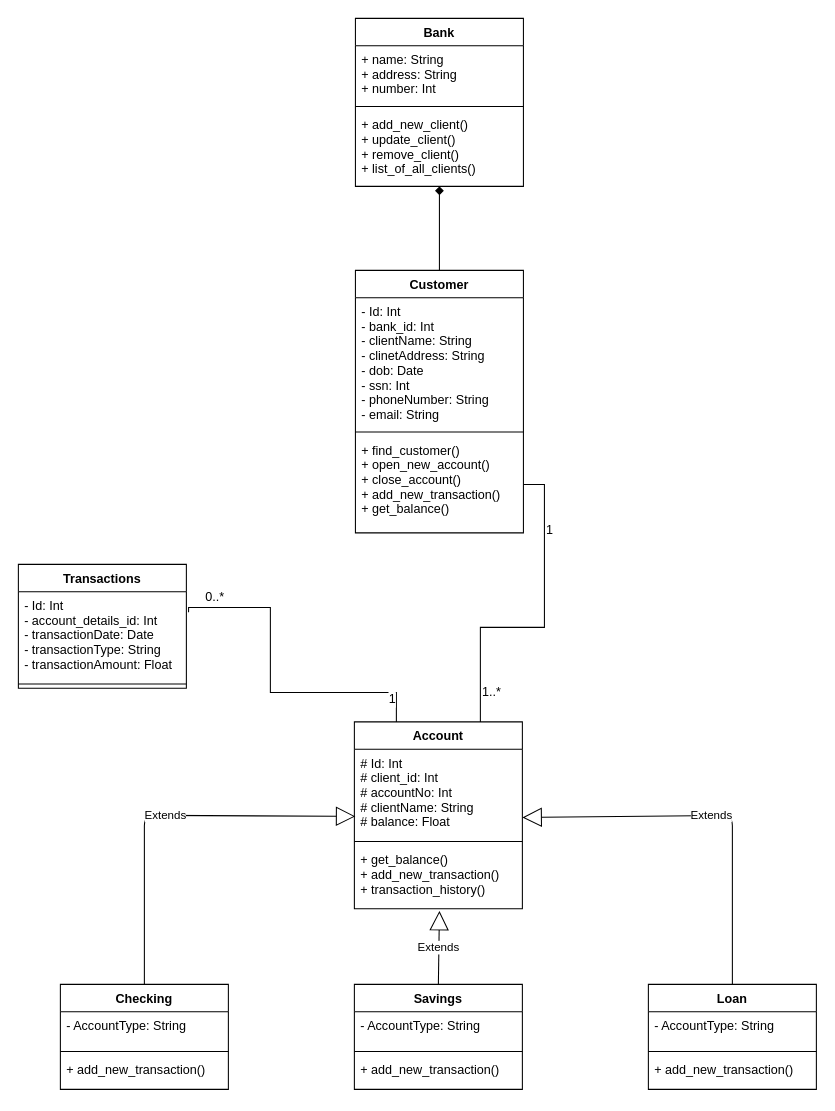
Above: UML/Pet_Project_UML.drawio in Len-X/Pet_Project-Virtual_Bank (draw.io), before the change. Source tidied: cells renumbered, new cells numbered last; positions are measured from the earlier drawing's top-left corner, leaving out a move shared by most shapes. Both pictures are drawn from the tidied source at 105%, with x=0, y=0 at pixel (18, 18).
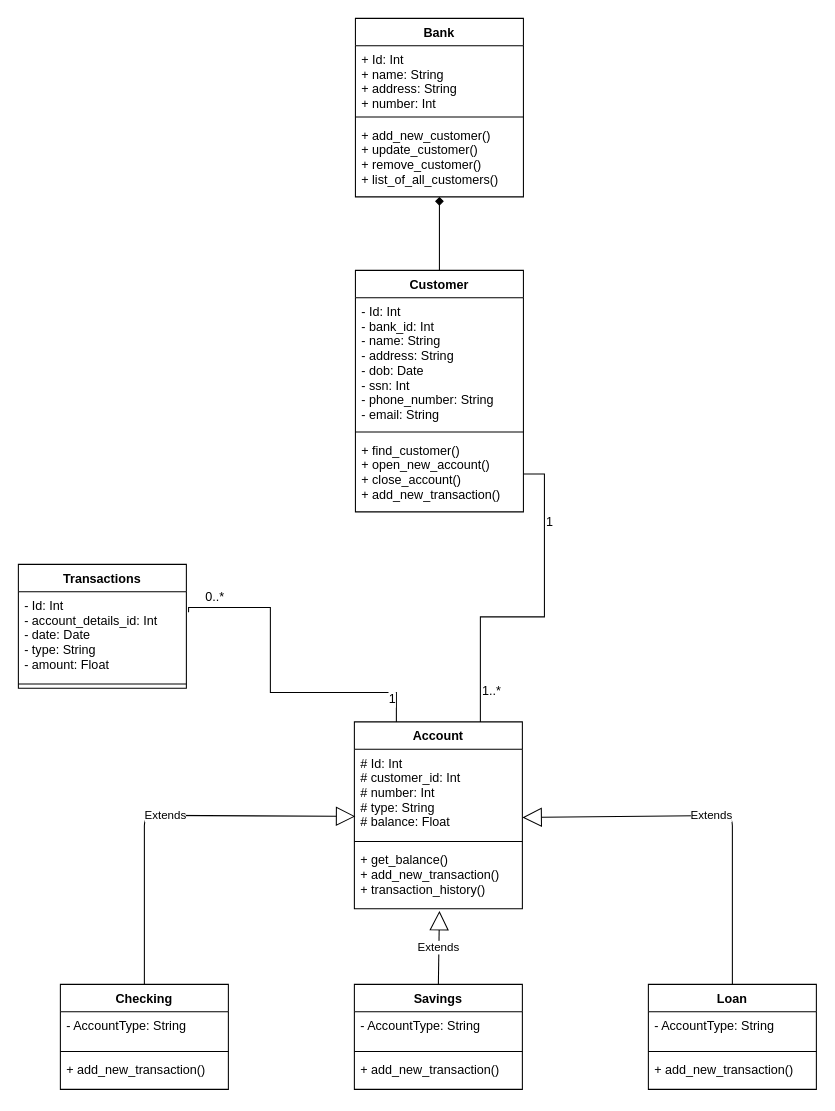
After the change.

The change refers to these unchanged cells:
```xml
<mxCell id="11" value="Account" style="swimlane;fontStyle=1;align=center;verticalAlign=top;horizontal=1;startSize=26;" parent="1" vertex="1">
  <mxGeometry x="320" y="670" width="160" height="178" as="geometry" />
</mxCell>
<mxCell id="19" value="Transactions" style="swimlane;fontStyle=1;align=center;verticalAlign=top;horizontal=1;startSize=26;" parent="1" vertex="1">
  <mxGeometry y="520" width="160" height="118" as="geometry" />
</mxCell>
```

The edit, as a diff of the source:
```diff
@@
     <mxCell id="3" value="Bank" style="swimlane;fontStyle=1;align=center;verticalAlign=top;horizontal=1;startSize=26;" parent="1" vertex="1">
-      <mxGeometry x="321" width="160" height="160" as="geometry" />
+      <mxGeometry x="321" width="160" height="170" as="geometry" />
     </mxCell>
-    <mxCell id="4" value="+ name: String&#10;+ address: String&#10;+ number: Int&#10;" style="text;strokeColor=none;fillColor=none;align=left;verticalAlign=top;spacingLeft=4;spacingRight=4;overflow=hidden;" parent="3" vertex="1">
-      <mxGeometry y="26" width="160" height="54" as="geometry" />
+    <mxCell id="4" value="+ Id: Int&#10;+ name: String&#10;+ address: String&#10;+ number: Int&#10;" style="text;strokeColor=none;fillColor=none;align=left;verticalAlign=top;spacingLeft=4;spacingRight=4;overflow=hidden;" parent="3" vertex="1">
+      <mxGeometry y="26" width="160" height="64" as="geometry" />
     </mxCell>
     <mxCell id="5" style="line;strokeWidth=1;fillColor=none;align=left;verticalAlign=middle;spacingTop=-1;spacingLeft=3;spacingRight=3;labelPosition=right;" parent="3" vertex="1">
-      <mxGeometry y="80" width="160" height="8" as="geometry" />
+      <mxGeometry y="90" width="160" height="8" as="geometry" />
     </mxCell>
-    <mxCell id="6" value="+ add_new_client()&#10;+ update_client()&#10;+ remove_client()&#10;+ list_of_all_clients()" style="text;strokeColor=none;fillColor=none;align=left;verticalAlign=top;spacingLeft=4;spacingRight=4;overflow=hidden;" parent="3" vertex="1">
-      <mxGeometry y="88" width="160" height="72" as="geometry" />
+    <mxCell id="6" value="+ add_new_customer()&#10;+ update_customer()&#10;+ remove_customer()&#10;+ list_of_all_customers()" style="text;strokeColor=none;fillColor=none;align=left;verticalAlign=top;spacingLeft=4;spacingRight=4;overflow=hidden;" parent="3" vertex="1">
+      <mxGeometry y="98" width="160" height="72" as="geometry" />
     </mxCell>
     <mxCell id="7" value="Customer" style="swimlane;fontStyle=1;align=center;verticalAlign=top;horizontal=1;startSize=26;" parent="1" vertex="1">
-      <mxGeometry x="321" y="240" width="160" height="250" as="geometry" />
+      <mxGeometry x="321" y="240" width="160" height="230" as="geometry" />
     </mxCell>
-    <mxCell id="8" value="- Id: Int&#10;- bank_id: Int&#10;- clientName: String&#10;- clinetAddress: String&#10;- dob: Date&#10;- ssn: Int&#10;- phoneNumber: String&#10;- email: String" style="text;strokeColor=none;fillColor=none;align=left;verticalAlign=top;spacingLeft=4;spacingRight=4;overflow=hidden;" parent="7" vertex="1">
+    <mxCell id="8" value="- Id: Int&#10;- bank_id: Int&#10;- name: String&#10;- address: String&#10;- dob: Date&#10;- ssn: Int&#10;- phone_number: String&#10;- email: String" style="text;strokeColor=none;fillColor=none;align=left;verticalAlign=top;spacingLeft=4;spacingRight=4;overflow=hidden;" parent="7" vertex="1">
       <mxGeometry y="26" width="160" height="124" as="geometry" />
     </mxCell>
@@
-    <mxCell id="10" value="+ find_customer()&#10;+ open_new_account()&#10;+ close_account()&#10;+ add_new_transaction()&#10;+ get_balance()" style="text;strokeColor=none;fillColor=none;align=left;verticalAlign=top;spacingLeft=4;spacingRight=4;overflow=hidden;points=[[0,0.5],[1,0.5]];portConstraint=eastwest;" parent="7" vertex="1">
-      <mxGeometry y="158" width="160" height="92" as="geometry" />
+    <mxCell id="10" value="+ find_customer()&#10;+ open_new_account()&#10;+ close_account()&#10;+ add_new_transaction()" style="text;strokeColor=none;fillColor=none;align=left;verticalAlign=top;spacingLeft=4;spacingRight=4;overflow=hidden;points=[[0,0.5],[1,0.5]];portConstraint=eastwest;" parent="7" vertex="1">
+      <mxGeometry y="158" width="160" height="72" as="geometry" />
     </mxCell>
@@
-    <mxCell id="12" value="# Id: Int&#10;# client_id: Int&#10;# accountNo: Int&#10;# clientName: String&#10;# balance: Float&#10;" style="text;strokeColor=none;fillColor=none;align=left;verticalAlign=top;spacingLeft=4;spacingRight=4;overflow=hidden;points=[[0,0.5],[1,0.5]];portConstraint=eastwest;" parent="11" vertex="1">
+    <mxCell id="12" value="# Id: Int&#10;# customer_id: Int&#10;# number: Int&#10;# type: String&#10;# balance: Float&#10;" style="text;strokeColor=none;fillColor=none;align=left;verticalAlign=top;spacingLeft=4;spacingRight=4;overflow=hidden;points=[[0,0.5],[1,0.5]];portConstraint=eastwest;" parent="11" vertex="1">
       <mxGeometry y="26" width="160" height="84" as="geometry" />
     </mxCell>
@@
-    <mxCell id="20" value="- Id: Int&#10;- account_details_id: Int&#10;- transactionDate: Date&#10;- transactionType: String&#10;- transactionAmount: Float" style="text;strokeColor=none;fillColor=none;align=left;verticalAlign=top;spacingLeft=4;spacingRight=4;overflow=hidden;points=[[0,0.5],[1,0.5]];portConstraint=eastwest;" parent="19" vertex="1">
+    <mxCell id="20" value="- Id: Int&#10;- account_details_id: Int&#10;- date: Date&#10;- type: String&#10;- amount: Float" style="text;strokeColor=none;fillColor=none;align=left;verticalAlign=top;spacingLeft=4;spacingRight=4;overflow=hidden;points=[[0,0.5],[1,0.5]];portConstraint=eastwest;" parent="19" vertex="1">
       <mxGeometry y="26" width="160" height="84" as="geometry" />
     </mxCell>
```
